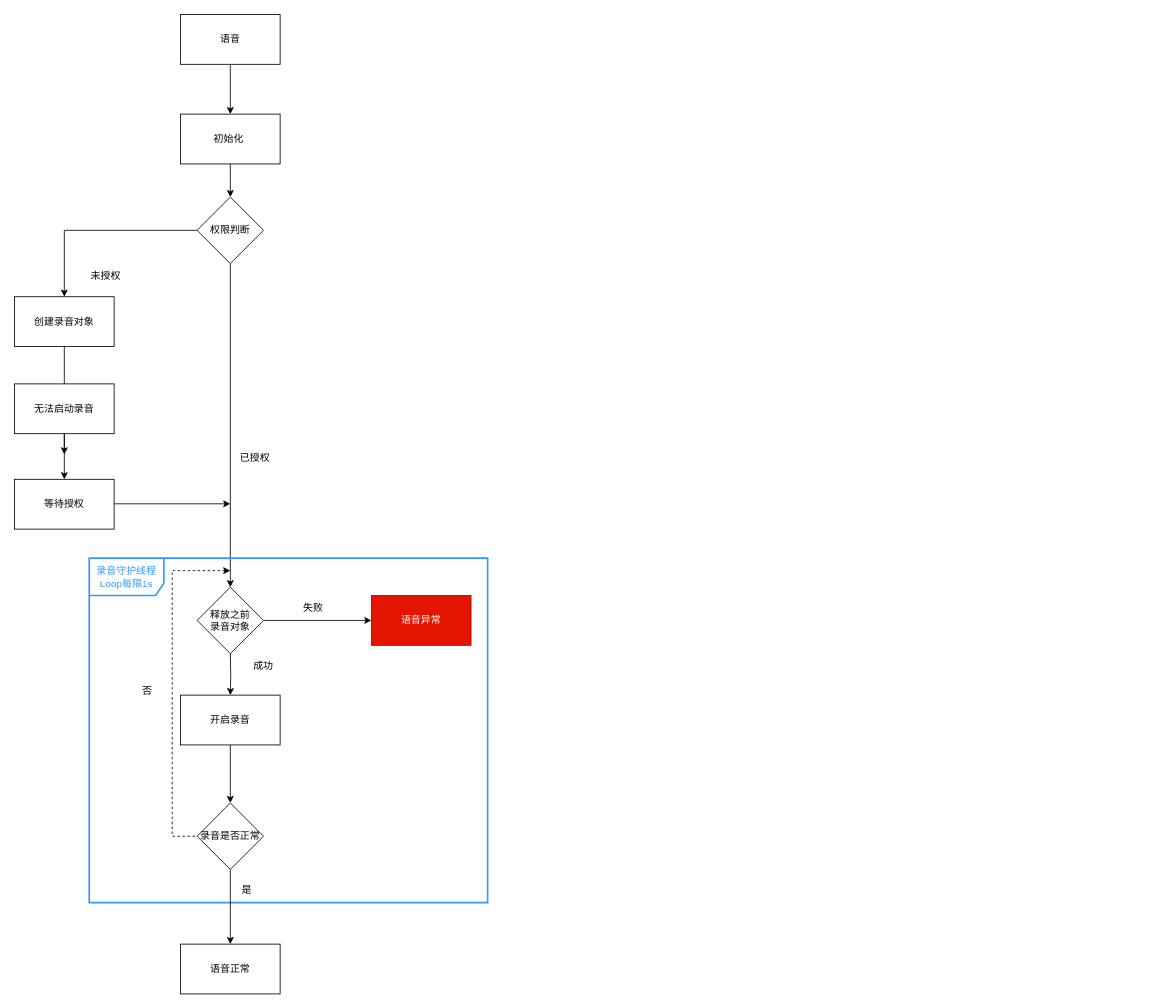
The draw.io diagram page "第 18 页" (18 of 18) of 未命名绘图.drawio in songlongGithub/CustomDemo, before the edit. Source tidied: cells renumbered, new cells numbered last; positions are measured from the earlier drawing's top-left corner, leaving out a move shared by most shapes. Both pictures are drawn from the tidied source at 83%, with x=0, y=0 at pixel (14, 14).
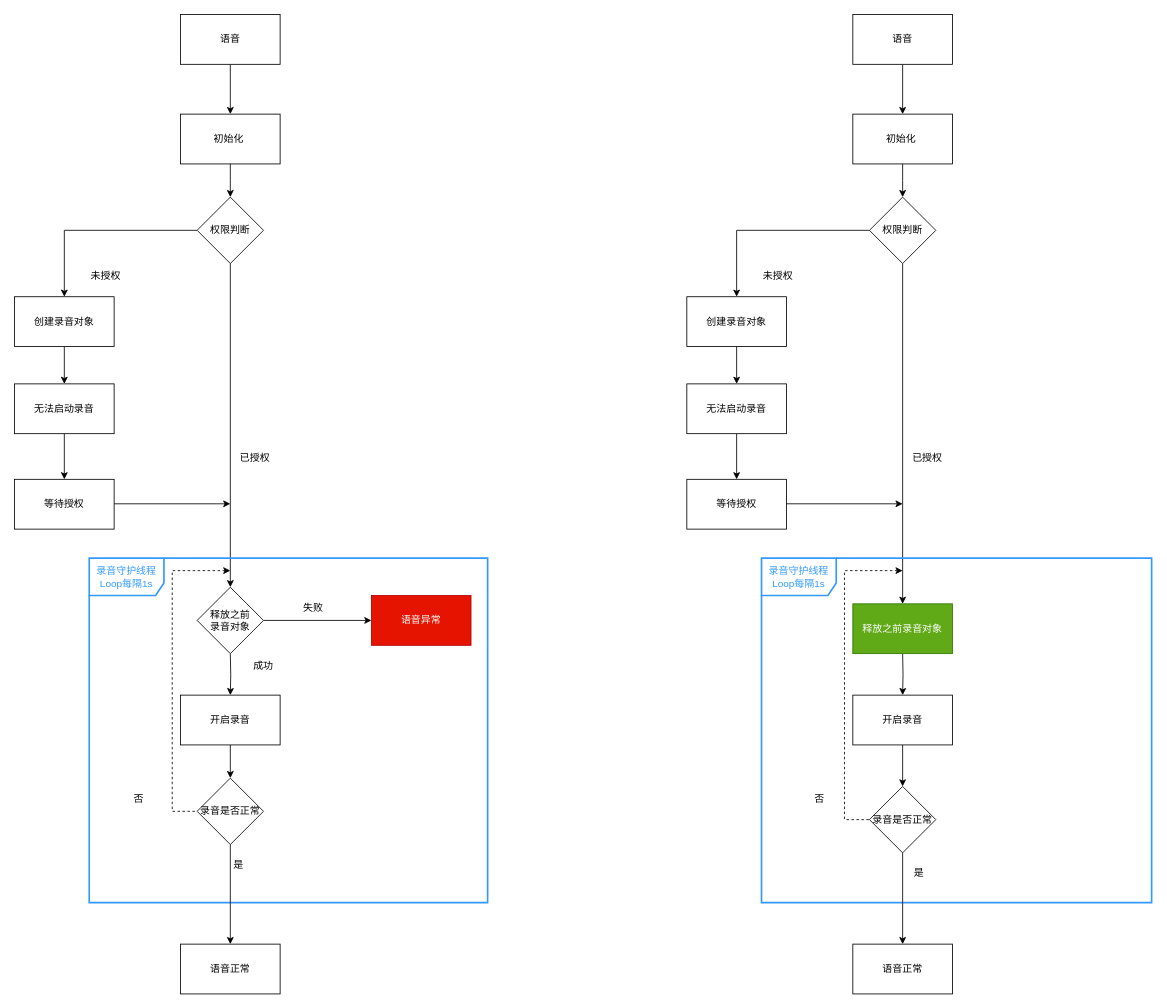
The same page after the edit.

Commit message (it also covers changes not shown here):
更新未命名绘图.drawio

The change refers to these unchanged cells:
```xml
<mxCell id="11" value="创建录音对象" style="whiteSpace=wrap;html=1;" parent="1" vertex="1">
  <mxGeometry y="340" width="120" height="60" as="geometry" />
</mxCell>
<mxCell id="15" value="无法启动录音" style="rounded=0;whiteSpace=wrap;html=1;" parent="1" vertex="1">
  <mxGeometry y="445" width="120" height="60" as="geometry" />
</mxCell>
```

The edit, as a diff of the source:
```diff
@@
-    <mxCell id="10" style="edgeStyle=orthogonalEdgeStyle;rounded=0;jettySize=auto;html=1;" parent="1" edge="1" source="11">
-      <mxGeometry relative="1" as="geometry">
-        <mxPoint x="60" y="530" as="targetPoint" />
-      </mxGeometry>
-    </mxCell>
+    <mxCell id="32" style="edgeStyle=orthogonalEdgeStyle;rounded=0;jettySize=auto;html=1;entryX=0.5;entryY=0;entryDx=0;entryDy=0;" parent="1" edge="1" source="11" target="15">
+      <mxGeometry relative="1" as="geometry" />
+    </mxCell>
@@
     <mxCell id="27" value="录音是否正常" style="rhombus;whiteSpace=wrap;html=1;" parent="1" vertex="1">
-      <mxGeometry x="220" y="950" width="80" height="80" as="geometry" />
+      <mxGeometry x="220" y="920" width="80" height="80" as="geometry" />
     </mxCell>
@@
-    <mxCell id="29" style="html=1;verticalAlign=bottom;endArrow=none;curved=0;rounded=0;endFill=0;startArrow=classic;startFill=1;dashed=1;" parent="1" edge="1">
+    <mxCell id="29" style="html=1;verticalAlign=bottom;endArrow=none;curved=0;rounded=0;endFill=0;startArrow=classic;startFill=1;dashed=1;entryX=0;entryY=0.5;entryDx=0;entryDy=0;" parent="1" edge="1" target="27">
       <mxGeometry relative="1" as="geometry">
         <mxPoint x="260" y="670" as="sourcePoint" />
-        <mxPoint x="220" y="990" as="targetPoint" />
         <Array as="points">
           <mxPoint x="190" y="670" />
           <mxPoint x="190" y="760" />
-          <mxPoint x="190" y="990" />
+          <mxPoint x="190" y="960" />
         </Array>
       </mxGeometry>
     </mxCell>
     <mxCell id="30" value="否" style="text;html=1;strokeColor=none;fillColor=none;align=center;verticalAlign=middle;whiteSpace=wrap;rounded=0;" parent="1" vertex="1">
-      <mxGeometry x="130" y="800" width="60" height="30" as="geometry" />
+      <mxGeometry x="120" y="930" width="60" height="30" as="geometry" />
     </mxCell>
     <mxCell id="31" value="是" style="text;html=1;strokeColor=none;fillColor=none;align=center;verticalAlign=middle;whiteSpace=wrap;rounded=0;" parent="1" vertex="1">
-      <mxGeometry x="250" y="1040" width="60" height="30" as="geometry" />
+      <mxGeometry x="240" y="1010" width="60" height="30" as="geometry" />
     </mxCell>
+    <mxCell id="33" style="edgeStyle=orthogonalEdgeStyle;rounded=0;jettySize=auto;html=1;" parent="1" edge="1" source="34" target="36">
+      <mxGeometry relative="1" as="geometry" />
+    </mxCell>
+    <mxCell id="34" value="语音" style="rounded=0;whiteSpace=wrap;html=1;" parent="1" vertex="1">
+      <mxGeometry x="1010" width="120" height="60" as="geometry" />
+    </mxCell>
+    <mxCell id="35" style="edgeStyle=orthogonalEdgeStyle;rounded=0;jettySize=auto;html=1;" parent="1" edge="1" source="36">
+      <mxGeometry relative="1" as="geometry">
+        <mxPoint x="1070" y="220" as="targetPoint" />
+      </mxGeometry>
+    </mxCell>
+    <mxCell id="36" value="初始化&amp;nbsp;" style="rounded=0;whiteSpace=wrap;html=1;" parent="1" vertex="1">
+      <mxGeometry x="1010" y="120" width="120" height="60" as="geometry" />
+    </mxCell>
+    <mxCell id="37" style="edgeStyle=orthogonalEdgeStyle;rounded=0;jettySize=auto;html=1;entryX=0.5;entryY=0;entryDx=0;entryDy=0;" parent="1" edge="1" source="39" target="58">
+      <mxGeometry relative="1" as="geometry" />
+    </mxCell>
+    <mxCell id="38" style="edgeStyle=orthogonalEdgeStyle;rounded=0;jettySize=auto;html=1;" parent="1" edge="1" source="39" target="42">
+      <mxGeometry relative="1" as="geometry" />
+    </mxCell>
+    <mxCell id="39" value="权限判断" style="rhombus;whiteSpace=wrap;html=1;" parent="1" vertex="1">
+      <mxGeometry x="1030" y="220" width="80" height="80" as="geometry" />
+    </mxCell>
+    <mxCell id="40" style="edgeStyle=orthogonalEdgeStyle;rounded=0;jettySize=auto;html=1;" parent="1" edge="1" target="50">
+      <mxGeometry relative="1" as="geometry">
+        <mxPoint x="1070" y="770" as="sourcePoint" />
+      </mxGeometry>
+    </mxCell>
+    <mxCell id="41" style="edgeStyle=orthogonalEdgeStyle;rounded=0;jettySize=auto;html=1;entryX=0.5;entryY=0;entryDx=0;entryDy=0;" parent="1" edge="1" source="42" target="46">
+      <mxGeometry relative="1" as="geometry" />
+    </mxCell>
+    <mxCell id="42" value="创建录音对象" style="whiteSpace=wrap;html=1;" parent="1" vertex="1">
+      <mxGeometry x="810" y="340" width="120" height="60" as="geometry" />
+    </mxCell>
+    <mxCell id="43" value="未授权" style="text;html=1;strokeColor=none;fillColor=none;align=center;verticalAlign=middle;whiteSpace=wrap;rounded=0;" parent="1" vertex="1">
+      <mxGeometry x="890" y="300" width="60" height="30" as="geometry" />
+    </mxCell>
+    <mxCell id="44" value="已授权" style="text;html=1;strokeColor=none;fillColor=none;align=center;verticalAlign=middle;whiteSpace=wrap;rounded=0;" parent="1" vertex="1">
+      <mxGeometry x="1070" y="520" width="60" height="30" as="geometry" />
+    </mxCell>
+    <mxCell id="45" style="edgeStyle=orthogonalEdgeStyle;rounded=0;jettySize=auto;html=1;" parent="1" edge="1" source="46" target="47">
+      <mxGeometry relative="1" as="geometry" />
+    </mxCell>
+    <mxCell id="46" value="无法启动录音" style="rounded=0;whiteSpace=wrap;html=1;" parent="1" vertex="1">
+      <mxGeometry x="810" y="445" width="120" height="60" as="geometry" />
+    </mxCell>
+    <mxCell id="47" value="等待授权" style="whiteSpace=wrap;html=1;rounded=0;" parent="1" vertex="1">
+      <mxGeometry x="810" y="560" width="120" height="60" as="geometry" />
+    </mxCell>
+    <mxCell id="48" style="endArrow=classic;html=1;rounded=0;" parent="1" edge="1">
+      <mxGeometry relative="1" as="geometry">
+        <mxPoint x="930" y="589.5" as="sourcePoint" />
+        <mxPoint x="1070" y="589.5" as="targetPoint" />
+      </mxGeometry>
+    </mxCell>
+    <mxCell id="49" style="edgeStyle=orthogonalEdgeStyle;rounded=0;jettySize=auto;html=1;" parent="1" edge="1" source="50" target="53">
+      <mxGeometry relative="1" as="geometry" />
+    </mxCell>
+    <mxCell id="50" value="开启录音" style="whiteSpace=wrap;html=1;" parent="1" vertex="1">
+      <mxGeometry x="1010" y="820" width="120" height="60" as="geometry" />
+    </mxCell>
+    <mxCell id="51" value="&lt;font color=&quot;#3399ff&quot;&gt;录音守护线程Loop每隔1s&lt;/font&gt;" style="shape=umlFrame;whiteSpace=wrap;html=1;width=90;height=45;strokeColor=#3399FF;strokeWidth=2;" parent="1" vertex="1">
+      <mxGeometry x="900" y="655" width="470" height="415" as="geometry" />
+    </mxCell>
+    <mxCell id="52" style="edgeStyle=orthogonalEdgeStyle;rounded=0;jettySize=auto;html=1;" parent="1" edge="1" source="53" target="54">
+      <mxGeometry relative="1" as="geometry" />
+    </mxCell>
+    <mxCell id="53" value="录音是否正常" style="rhombus;whiteSpace=wrap;html=1;" parent="1" vertex="1">
+      <mxGeometry x="1030" y="930" width="80" height="80" as="geometry" />
+    </mxCell>
+    <mxCell id="54" value="语音正常" style="whiteSpace=wrap;html=1;" parent="1" vertex="1">
+      <mxGeometry x="1010" y="1120" width="120" height="60" as="geometry" />
+    </mxCell>
+    <mxCell id="55" style="html=1;verticalAlign=bottom;endArrow=none;curved=0;rounded=0;endFill=0;startArrow=classic;startFill=1;dashed=1;entryX=0;entryY=0.5;entryDx=0;entryDy=0;" parent="1" edge="1" target="53">
+      <mxGeometry relative="1" as="geometry">
+        <mxPoint x="1070" y="670" as="sourcePoint" />
+        <Array as="points">
+          <mxPoint x="1000" y="670" />
+          <mxPoint x="1000" y="760" />
+          <mxPoint x="1000" y="970" />
+        </Array>
+      </mxGeometry>
+    </mxCell>
+    <mxCell id="56" value="否" style="text;html=1;strokeColor=none;fillColor=none;align=center;verticalAlign=middle;whiteSpace=wrap;rounded=0;" parent="1" vertex="1">
+      <mxGeometry x="940" y="930" width="60" height="30" as="geometry" />
+    </mxCell>
+    <mxCell id="57" value="是" style="text;html=1;strokeColor=none;fillColor=none;align=center;verticalAlign=middle;whiteSpace=wrap;rounded=0;" parent="1" vertex="1">
+      <mxGeometry x="1060" y="1020" width="60" height="30" as="geometry" />
+    </mxCell>
+    <mxCell id="58" value="释放之前录音对象" style="rounded=0;whiteSpace=wrap;html=1;fillColor=#60a917;fontColor=#ffffff;strokeColor=#2D7600;" parent="1" vertex="1">
+      <mxGeometry x="1010" y="710" width="120" height="60" as="geometry" />
+    </mxCell>
```
